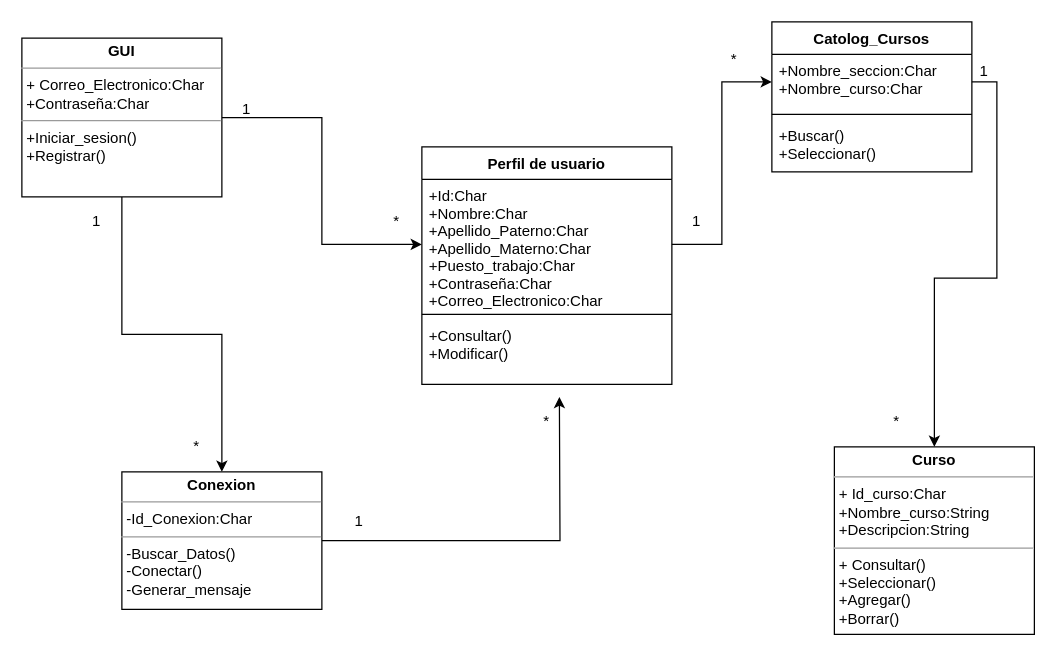
DianaHFer/Analisis-avanzado-de-software keeps this draw.io diagram as Documents U1/diagrams/diagrama_de_clases.drawio. Above is the earlier version. Source tidied: cells renumbered, new cells numbered last; positions are measured from the earlier drawing's top-left corner, leaving out a move shared by most shapes. Both pictures are drawn from the tidied source at 125%, with x=0, y=0 at pixel (21, 21).
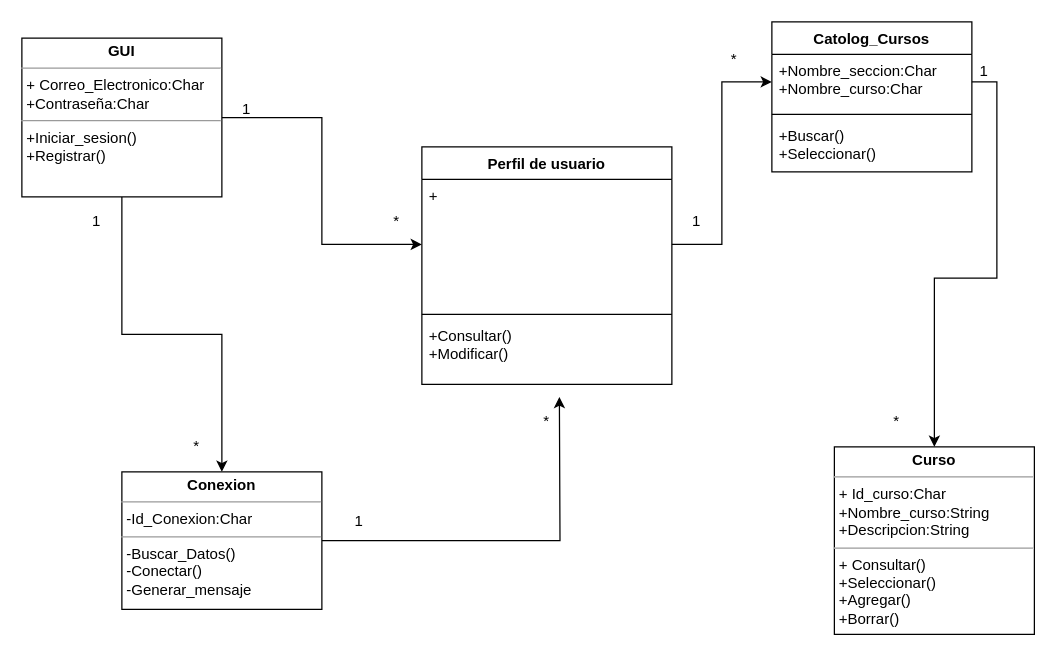
Above is the later version.

The change refers to these unchanged cells:
```xml
<mxCell id="2" value="Perfil de usuario" style="swimlane;fontStyle=1;align=center;verticalAlign=top;horizontal=1;startSize=26;" parent="1" vertex="1">
  <mxGeometry x="320" y="100" width="200" height="190" as="geometry" />
</mxCell>
```

The edit, as a diff of the source:
```diff
@@
-    <mxCell id="3" value="+Id:Char&#10;+Nombre:Char&#10;+Apellido_Paterno:Char&#10;+Apellido_Materno:Char&#10;+Puesto_trabajo:Char&#10;+Contraseña:Char&#10;+Correo_Electronico:Char" style="text;strokeColor=none;fillColor=none;align=left;verticalAlign=top;spacingLeft=4;spacingRight=4;overflow=hidden;points=[[0,0.5],[1,0.5]];portConstraint=eastwest;" parent="2" vertex="1">
+    <mxCell id="3" value="+" style="text;strokeColor=none;fillColor=none;align=left;verticalAlign=top;spacingLeft=4;spacingRight=4;overflow=hidden;points=[[0,0.5],[1,0.5]];portConstraint=eastwest;" parent="2" vertex="1">
       <mxGeometry y="26" width="200" height="104" as="geometry" />
     </mxCell>
```
